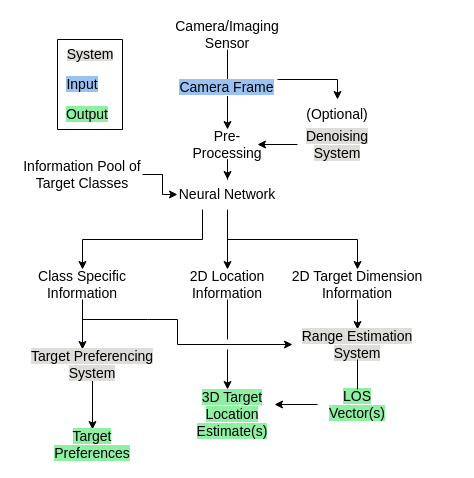
The draw.io diagram Imaging-And-Estimation-System.drawio in jukkajo/satunnaista-tavaraa, before the edit. Source tidied: cells renumbered, new cells numbered last; positions are measured from the earlier drawing's top-left corner, leaving out a move shared by most shapes. Both pictures are drawn from the tidied source at 100%, with x=0, y=0 at pixel (17, 19).
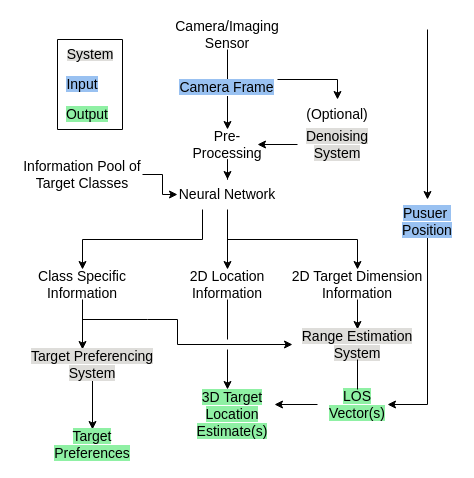
The same diagram, later.

Unchanged cells that the change refers to:
```xml
<mxCell id="18" value="&lt;font style=&quot;font-size: 14px;&quot;&gt;2D Target Dimension Information&lt;/font&gt;" style="text;html=1;align=center;verticalAlign=middle;whiteSpace=wrap;rounded=0;" parent="1" vertex="1">
  <mxGeometry x="270" y="250" width="140" height="30" as="geometry" />
</mxCell>
<mxCell id="22" value="&lt;font style=&quot;font-size: 14px; background-color: rgb(222, 221, 218);&quot;&gt;Range Estimation System&lt;/font&gt;" style="text;html=1;align=center;verticalAlign=middle;whiteSpace=wrap;rounded=0;" parent="1" vertex="1">
  <mxGeometry x="275" y="310" width="130" height="30" as="geometry" />
</mxCell>
```

The edit, as a diff of the source:
```diff
@@
-    <mxCell id="17" style="edgeStyle=orthogonalEdgeStyle;rounded=0;jettySize=auto;html=1;" parent="1" edge="1" source="18" target="22">
+    <mxCell id="17" style="edgeStyle=orthogonalEdgeStyle;rounded=0;jettySize=auto;html=1;entryX=0.5;entryY=0;entryDx=0;entryDy=0;" parent="1" edge="1" source="18" target="22">
       <mxGeometry relative="1" as="geometry" />
     </mxCell>
@@
+    <mxCell id="37" style="endArrow=classic;html=1;rounded=0;" parent="1" edge="1">
+      <mxGeometry relative="1" as="geometry">
+        <mxPoint x="410" y="210" as="sourcePoint" />
+        <mxPoint x="370" y="385" as="targetPoint" />
+        <Array as="points">
+          <mxPoint x="410" y="385" />
+        </Array>
+      </mxGeometry>
+    </mxCell>
+    <mxCell id="38" value="&lt;div&gt;&lt;span style=&quot;background-color: rgb(153, 193, 241);&quot;&gt;&lt;br&gt;&lt;/span&gt;&lt;/div&gt;&lt;div style=&quot;font-size: 14px;&quot;&gt;&lt;span style=&quot;background-color: rgb(153, 193, 241);&quot;&gt;Pusuer&amp;nbsp; Position&lt;/span&gt;&lt;/div&gt;" style="text;html=1;align=center;verticalAlign=middle;whiteSpace=wrap;rounded=0;" parent="1" vertex="1">
+      <mxGeometry x="380" y="180" width="60" height="30" as="geometry" />
+    </mxCell>
+    <mxCell id="39" style="endArrow=classic;html=1;rounded=0;entryX=0.5;entryY=0;entryDx=0;entryDy=0;" parent="1" edge="1" target="38">
+      <mxGeometry relative="1" as="geometry">
+        <mxPoint x="410" y="10" as="sourcePoint" />
+      </mxGeometry>
+    </mxCell>
```
